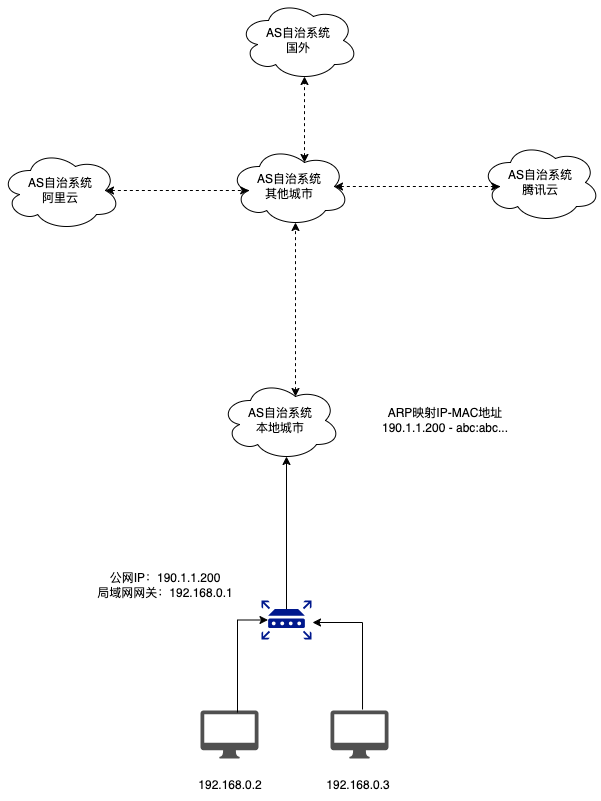
Before: IP:跨越AS工作原理.drawio.png, a diagram exported from draw.io (JYbill/draw). Source tidied: cells renumbered, new cells last; positions are measured from the earlier drawing's top-left corner, leaving out a move shared by most shapes.
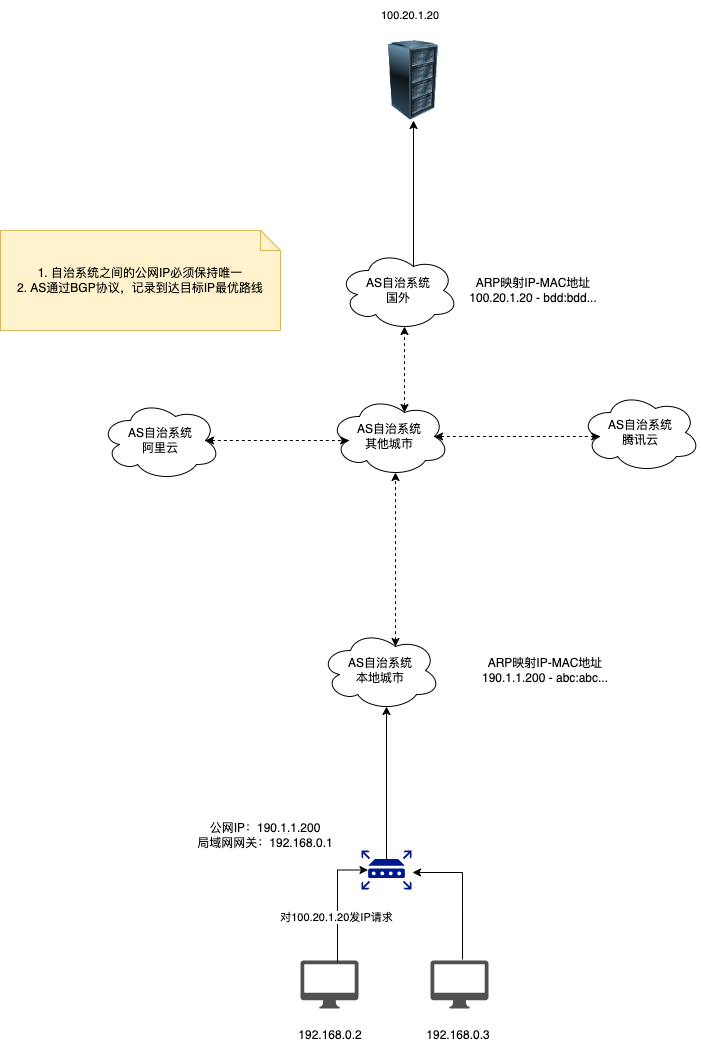
The same diagram one commit later.

Commit message:
更新IP:跨越AS工作原理.drawio.png

Diff of the diagram source:
```diff
@@ -27,6 +27,9 @@
         </Array>
       </mxGeometry>
     </mxCell>
+    <mxCell id="22" value="对100.20.1.20发IP请求" style="edgeLabel;html=1;align=center;verticalAlign=middle;" parent="8" vertex="1">
+      <mxGeometry x="-0.25" y="2" relative="1" as="geometry" />
+    </mxCell>
     <mxCell id="9" style="edgeStyle=orthogonalEdgeStyle;rounded=0;jettySize=auto;html=1;entryX=1.02;entryY=0.564;entryDx=0;entryDy=0;entryPerimeter=0;exitX=0.552;exitY=-0.021;exitDx=0;exitDy=0;exitPerimeter=0;" parent="1" edge="1" source="4" target="7">
       <mxGeometry relative="1" as="geometry" />
     </mxCell>
@@ -45,6 +48,9 @@
     <mxCell id="14" value="AS自治系统&lt;br&gt;阿里云" style="ellipse;shape=cloud;whiteSpace=wrap;html=1;" parent="1" vertex="1">
       <mxGeometry y="150" width="120" height="80" as="geometry" />
     </mxCell>
+    <mxCell id="23" style="edgeStyle=orthogonalEdgeStyle;rounded=0;jettySize=auto;html=1;exitX=0.625;exitY=0.2;exitDx=0;exitDy=0;exitPerimeter=0;entryX=0.5;entryY=1;entryDx=0;entryDy=0;" parent="1" edge="1" source="15" target="25">
+      <mxGeometry relative="1" as="geometry" />
+    </mxCell>
     <mxCell id="15" value="AS自治系统&lt;br&gt;国外" style="ellipse;shape=cloud;whiteSpace=wrap;html=1;" parent="1" vertex="1">
       <mxGeometry x="238" width="120" height="80" as="geometry" />
     </mxCell>
@@ -66,5 +72,17 @@
     <mxCell id="21" value="ARP映射IP-MAC地址&lt;br&gt;190.1.1.200 - abc:abc..." style="text;html=1;align=center;verticalAlign=middle;whiteSpace=wrap;rounded=0;" parent="1" vertex="1">
       <mxGeometry x="370" y="405" width="150" height="30" as="geometry" />
     </mxCell>
+    <mxCell id="24" value="1. 自治系统之间的公网IP必须保持唯一&lt;br&gt;2. AS通过BGP协议，记录到达目标IP最优路线" style="shape=note;size=20;whiteSpace=wrap;html=1;fillColor=#fff2cc;strokeColor=#d6b656;" parent="1" vertex="1">
+      <mxGeometry x="-100" y="-20" width="280" height="100" as="geometry" />
+    </mxCell>
+    <mxCell id="25" style="image;html=1;image=img/lib/clip_art/computers/Server_Rack_128x128.png;" parent="1" vertex="1">
+      <mxGeometry x="273" y="-210" width="80" height="80" as="geometry" />
+    </mxCell>
+    <mxCell id="26" value="&lt;span style=&quot;font-size: 11px; text-wrap: nowrap; background-color: rgb(255, 255, 255);&quot;&gt;100.20.1.20&lt;/span&gt;" style="text;html=1;align=center;verticalAlign=middle;whiteSpace=wrap;rounded=0;" parent="1" vertex="1">
+      <mxGeometry x="280" y="-250" width="60" height="30" as="geometry" />
+    </mxCell>
+    <mxCell id="27" value="ARP映射IP-MAC地址&lt;br&gt;100.20.1.20 - bdd:bdd..." style="text;html=1;align=center;verticalAlign=middle;whiteSpace=wrap;rounded=0;" parent="1" vertex="1">
+      <mxGeometry x="358" y="25" width="150" height="30" as="geometry" />
+    </mxCell>
   </root>
 </mxGraphModel>
```
